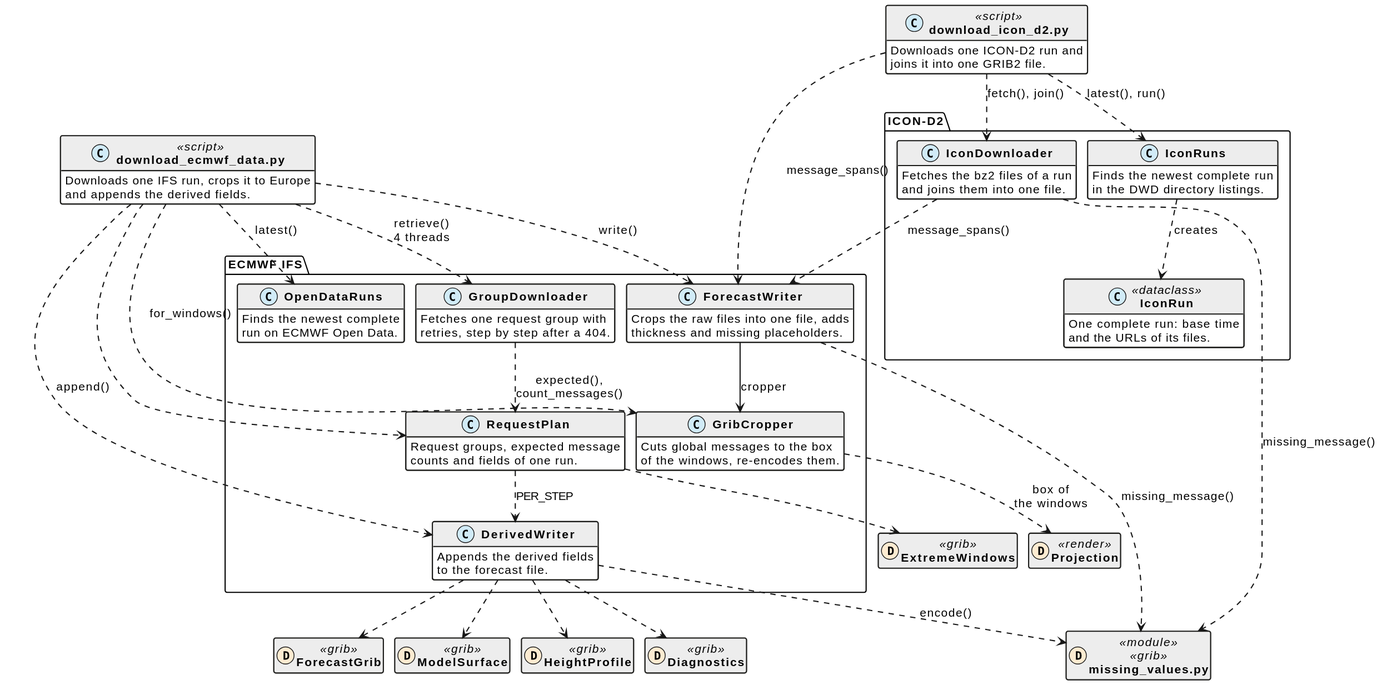
This is docs/download.svg from schletz/wetterkartenviewer, a PlantUML export, as it was before one commit.
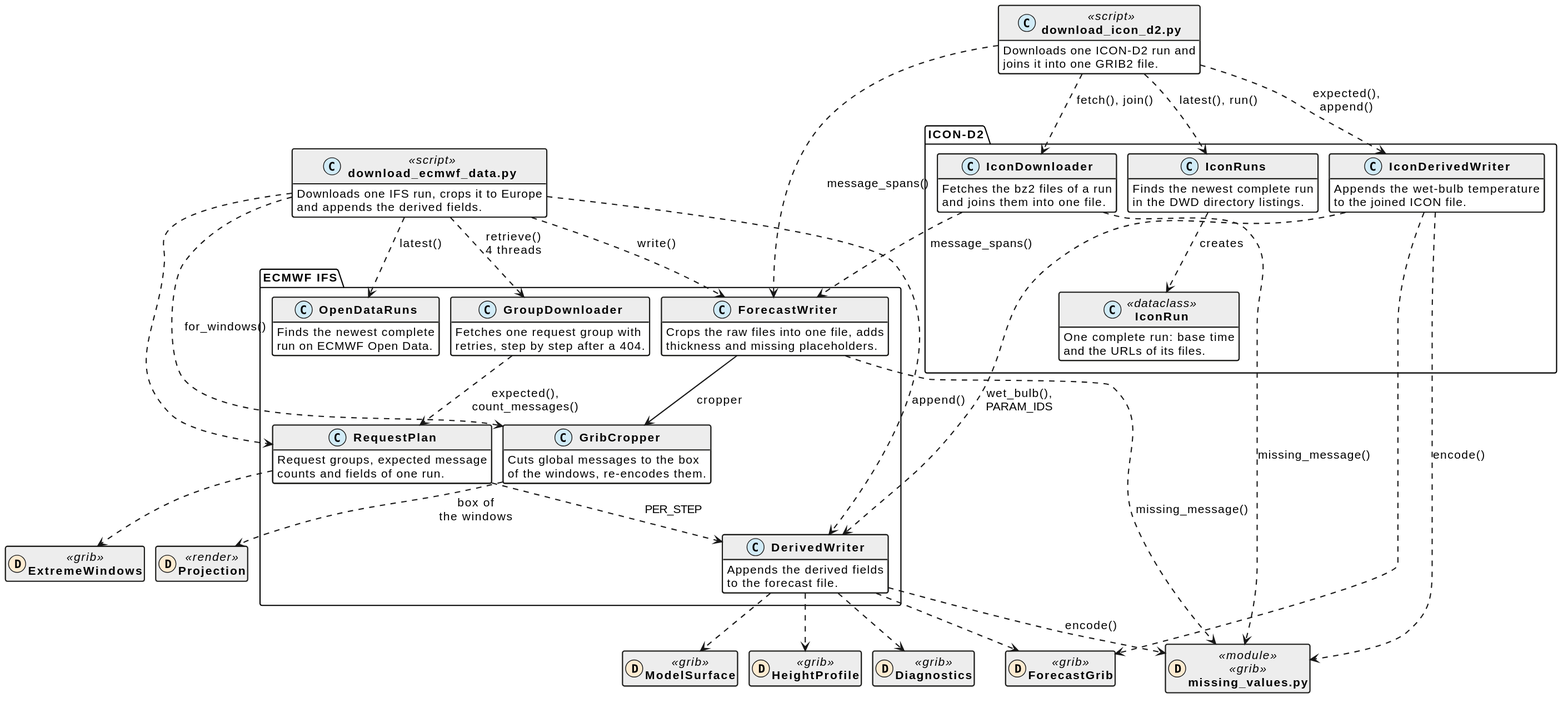
Above is the later version.

Diff of the diagram source:
```diff
@@ -89,6 +89,10 @@
  Fetches the bz2 files of a run
  and joins them into one file.
  }
+ class IconDerivedWriter {
+ Appends the wet-bulb temperature
+ to the joined ICON file.
+ }
 }
 class "missing_values.py" as missing_values <<module>> << (D,#fdebd1) grib >>
 class ExtremeWindows << (D,#fdebd1) grib >>
@@ -105,6 +109,10 @@
 download_ecmwf ..> DerivedWriter : append()
 download_icon ..> IconRuns : latest(), run()
 download_icon ..> IconDownloader : fetch(), join()
+download_icon ..> IconDerivedWriter : expected(),\nappend()
+IconDerivedWriter ..> DerivedWriter : wet_bulb(),\nPARAM_IDS
+IconDerivedWriter ..> ForecastGrib
+IconDerivedWriter ..> missing_values : encode()
 download_icon ..> ForecastWriter : message_spans()
 GroupDownloader ..> RequestPlan : expected(),\ncount_messages()
 RequestPlan ..> ExtremeWindows
```
